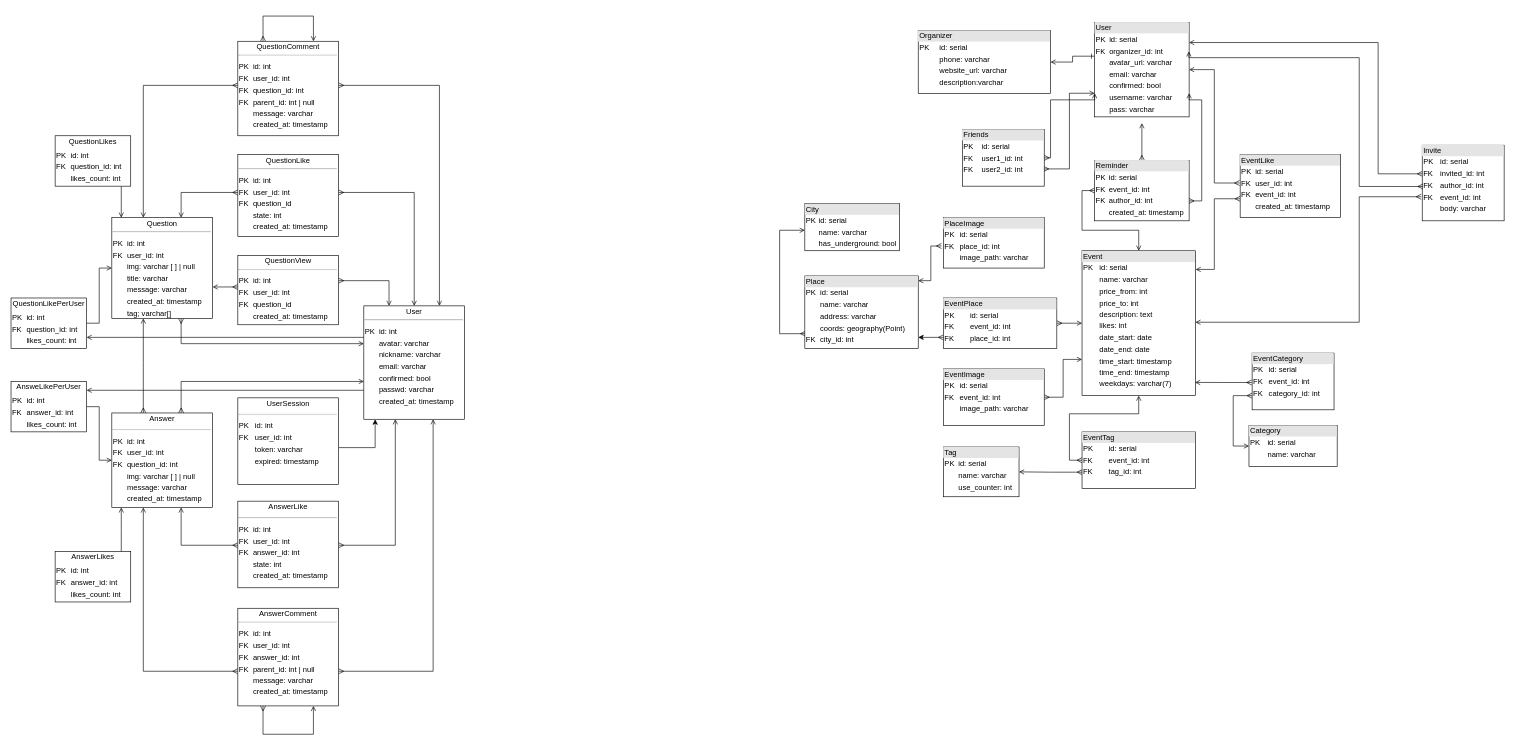
The draw.io diagram db.drawio in mihaillatyshov/TP-Highload-2023H2, before the edit. Source tidied: cells renumbered, new cells numbered last; positions are measured from the earlier drawing's top-left corner, leaving out a move shared by most shapes. Both pictures are drawn from the tidied source at 63%, with x=0, y=0 at pixel (11, 16).
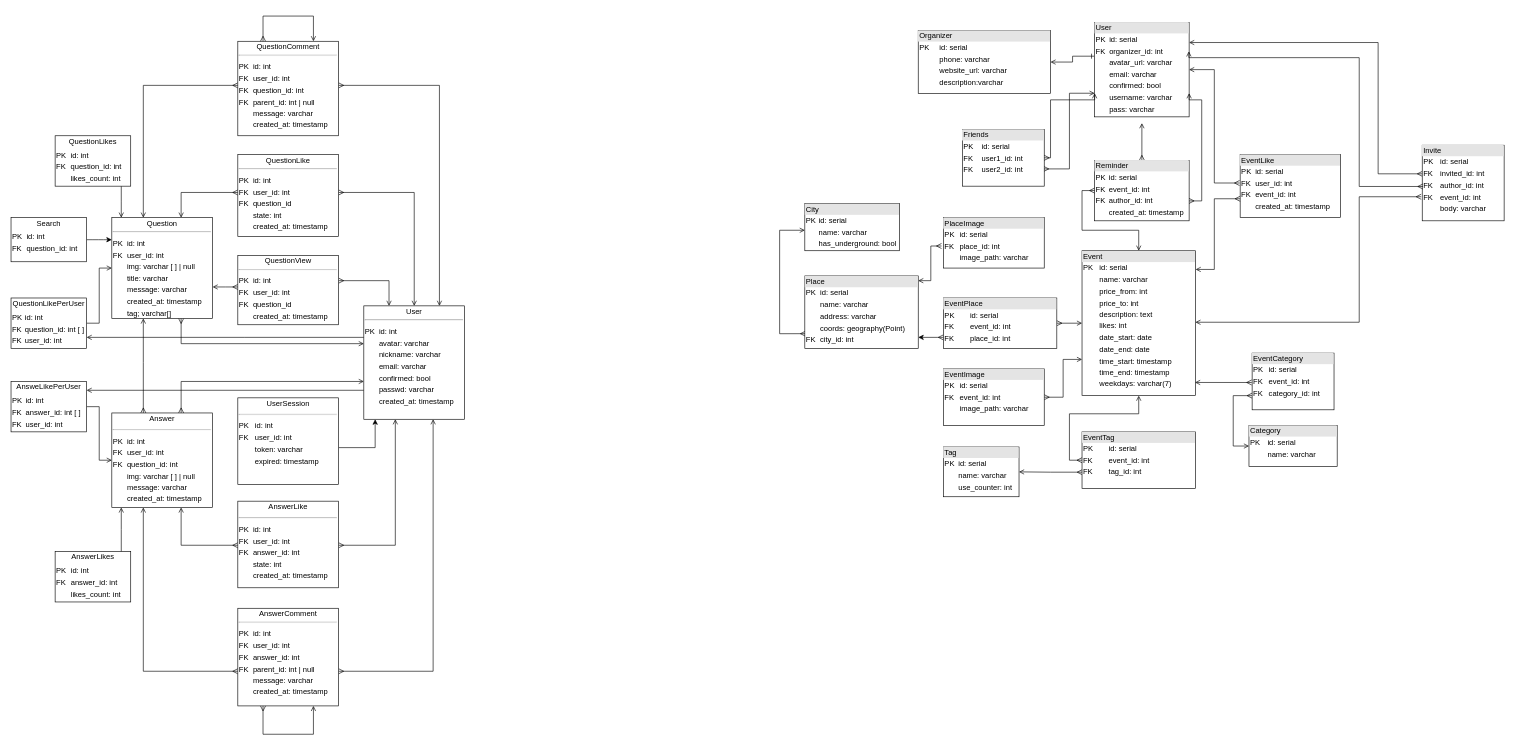
Above is the later version.

Unchanged cells that the change refers to:
```xml
<mxCell id="43" value="&lt;div style=&quot;text-align: center; box-sizing: border-box; width: 100%; background-image: initial; background-position: initial; background-size: initial; background-repeat: initial; background-attachment: initial; background-origin: initial; background-clip: initial; padding: 2px;&quot;&gt;Question&lt;br&gt;&lt;hr&gt;&lt;/div&gt;&lt;table style=&quot;width:100%;font-size:1em;&quot; cellspacing=&quot;0&quot; cellpadding=&quot;2&quot;&gt;&lt;tbody&gt;&lt;tr&gt;&lt;td&gt;PK&lt;/td&gt;&lt;td&gt;id: int&lt;br&gt;&lt;/td&gt;&lt;/tr&gt;&lt;tr&gt;&lt;td&gt;FK&lt;/td&gt;&lt;td&gt;user_id: int&lt;/td&gt;&lt;/tr&gt;&lt;tr&gt;&lt;td&gt;&lt;br&gt;&lt;/td&gt;&lt;td&gt;img: varchar [ ] | null&lt;/td&gt;&lt;/tr&gt;&lt;tr&gt;&lt;td&gt;&lt;br&gt;&lt;/td&gt;&lt;td&gt;title: varchar&lt;/td&gt;&lt;/tr&gt;&lt;tr&gt;&lt;td&gt;&lt;br&gt;&lt;/td&gt;&lt;td&gt;message: varchar&lt;br&gt;&lt;/td&gt;&lt;/tr&gt;&lt;tr&gt;&lt;td&gt;&lt;br&gt;&lt;/td&gt;&lt;td&gt;created_at: timestamp&lt;br&gt;&lt;/td&gt;&lt;/tr&gt;&lt;tr&gt;&lt;td&gt;&lt;br&gt;&lt;/td&gt;&lt;td&gt;tag; varchar[]&lt;/td&gt;&lt;/tr&gt;&lt;/tbody&gt;&lt;/table&gt;" style="verticalAlign=top;align=left;overflow=fill;html=1;rounded=0;glass=0;labelBackgroundColor=none;" parent="1" vertex="1">
  <mxGeometry x="160" y="320" width="160" height="160" as="geometry" />
</mxCell>
```

What changed in the source:
```diff
@@
-    <mxCell id="71" value="&lt;div style=&quot;text-align: center; box-sizing: border-box; width: 100%; background-image: initial; background-position: initial; background-size: initial; background-repeat: initial; background-attachment: initial; background-origin: initial; background-clip: initial; padding: 2px;&quot;&gt;AnsweLikePerUser&lt;/div&gt;&lt;div style=&quot;text-align: center; box-sizing: border-box; width: 100%; background-image: initial; background-position: initial; background-size: initial; background-repeat: initial; background-attachment: initial; background-origin: initial; background-clip: initial; padding: 2px;&quot;&gt;&lt;/div&gt;&lt;table style=&quot;width:100%;font-size:1em;&quot; cellspacing=&quot;0&quot; cellpadding=&quot;2&quot;&gt;&lt;tbody&gt;&lt;tr&gt;&lt;td&gt;PK&lt;/td&gt;&lt;td&gt;id: int&lt;br&gt;&lt;/td&gt;&lt;/tr&gt;&lt;tr&gt;&lt;td&gt;FK&lt;/td&gt;&lt;td&gt;answer_id: int&lt;/td&gt;&lt;/tr&gt;&lt;tr&gt;&lt;td&gt;&lt;br&gt;&lt;/td&gt;&lt;td&gt;likes_count: int&lt;br&gt;&lt;/td&gt;&lt;/tr&gt;&lt;/tbody&gt;&lt;/table&gt;" style="verticalAlign=top;align=left;overflow=fill;html=1;rounded=0;glass=0;labelBackgroundColor=none;gradientColor=none;" parent="1" vertex="1">
+    <mxCell id="71" value="&lt;div style=&quot;text-align: center; box-sizing: border-box; width: 100%; background-image: initial; background-position: initial; background-size: initial; background-repeat: initial; background-attachment: initial; background-origin: initial; background-clip: initial; padding: 2px;&quot;&gt;AnsweLikePerUser&lt;/div&gt;&lt;div style=&quot;text-align: center; box-sizing: border-box; width: 100%; background-image: initial; background-position: initial; background-size: initial; background-repeat: initial; background-attachment: initial; background-origin: initial; background-clip: initial; padding: 2px;&quot;&gt;&lt;/div&gt;&lt;table style=&quot;width:100%;font-size:1em;&quot; cellspacing=&quot;0&quot; cellpadding=&quot;2&quot;&gt;&lt;tbody&gt;&lt;tr&gt;&lt;td&gt;PK&lt;/td&gt;&lt;td&gt;id: int&lt;br&gt;&lt;/td&gt;&lt;/tr&gt;&lt;tr&gt;&lt;td&gt;FK&lt;/td&gt;&lt;td&gt;answer_id: int [ ]&lt;/td&gt;&lt;/tr&gt;&lt;tr&gt;&lt;td&gt;FK&lt;/td&gt;&lt;td&gt;user_id: int&lt;br&gt;&lt;/td&gt;&lt;/tr&gt;&lt;/tbody&gt;&lt;/table&gt;" style="verticalAlign=top;align=left;overflow=fill;html=1;rounded=0;glass=0;labelBackgroundColor=none;gradientColor=none;" parent="1" vertex="1">
       <mxGeometry y="580" width="120" height="80" as="geometry" />
     </mxCell>
@@
-    <mxCell id="73" value="&lt;div style=&quot;text-align: center; box-sizing: border-box; width: 100%; background-image: initial; background-position: initial; background-size: initial; background-repeat: initial; background-attachment: initial; background-origin: initial; background-clip: initial; padding: 2px;&quot;&gt;QuestionLikePerUser&lt;/div&gt;&lt;div style=&quot;text-align: center; box-sizing: border-box; width: 100%; background-image: initial; background-position: initial; background-size: initial; background-repeat: initial; background-attachment: initial; background-origin: initial; background-clip: initial; padding: 2px;&quot;&gt;&lt;/div&gt;&lt;table style=&quot;width:100%;font-size:1em;&quot; cellspacing=&quot;0&quot; cellpadding=&quot;2&quot;&gt;&lt;tbody&gt;&lt;tr&gt;&lt;td&gt;PK&lt;/td&gt;&lt;td&gt;id: int&lt;br&gt;&lt;/td&gt;&lt;/tr&gt;&lt;tr&gt;&lt;td&gt;FK&lt;/td&gt;&lt;td&gt;question_id: int&lt;/td&gt;&lt;/tr&gt;&lt;tr&gt;&lt;td&gt;&lt;br&gt;&lt;/td&gt;&lt;td&gt;likes_count: int&lt;br&gt;&lt;/td&gt;&lt;/tr&gt;&lt;/tbody&gt;&lt;/table&gt;" style="verticalAlign=top;align=left;overflow=fill;html=1;rounded=0;glass=0;labelBackgroundColor=none;gradientColor=none;" parent="1" vertex="1">
+    <mxCell id="73" value="&lt;div style=&quot;text-align: center; box-sizing: border-box; width: 100%; background-image: initial; background-position: initial; background-size: initial; background-repeat: initial; background-attachment: initial; background-origin: initial; background-clip: initial; padding: 2px;&quot;&gt;QuestionLikePerUser&lt;/div&gt;&lt;div style=&quot;text-align: center; box-sizing: border-box; width: 100%; background-image: initial; background-position: initial; background-size: initial; background-repeat: initial; background-attachment: initial; background-origin: initial; background-clip: initial; padding: 2px;&quot;&gt;&lt;/div&gt;&lt;table style=&quot;width:100%;font-size:1em;&quot; cellspacing=&quot;0&quot; cellpadding=&quot;2&quot;&gt;&lt;tbody&gt;&lt;tr&gt;&lt;td&gt;PK&lt;/td&gt;&lt;td&gt;id: int&lt;br&gt;&lt;/td&gt;&lt;/tr&gt;&lt;tr&gt;&lt;td&gt;FK&lt;/td&gt;&lt;td&gt;question_id: int [ ]&lt;/td&gt;&lt;/tr&gt;&lt;tr&gt;&lt;td&gt;FK&lt;/td&gt;&lt;td&gt;user_id: int&lt;br&gt;&lt;/td&gt;&lt;/tr&gt;&lt;/tbody&gt;&lt;/table&gt;" style="verticalAlign=top;align=left;overflow=fill;html=1;rounded=0;glass=0;labelBackgroundColor=none;gradientColor=none;" parent="1" vertex="1">
       <mxGeometry y="447.5" width="120" height="80" as="geometry" />
     </mxCell>
+    <mxCell id="74" style="edgeStyle=elbowEdgeStyle;html=1;elbow=vertical;" parent="1" edge="1" source="75" target="43">
+      <mxGeometry relative="1" as="geometry" />
+    </mxCell>
+    <mxCell id="75" value="&lt;div style=&quot;text-align: center; box-sizing: border-box; width: 100%; background-image: initial; background-position: initial; background-size: initial; background-repeat: initial; background-attachment: initial; background-origin: initial; background-clip: initial; padding: 2px;&quot;&gt;Search&lt;/div&gt;&lt;div style=&quot;text-align: center; box-sizing: border-box; width: 100%; background-image: initial; background-position: initial; background-size: initial; background-repeat: initial; background-attachment: initial; background-origin: initial; background-clip: initial; padding: 2px;&quot;&gt;&lt;/div&gt;&lt;table style=&quot;width:100%;font-size:1em;&quot; cellspacing=&quot;0&quot; cellpadding=&quot;2&quot;&gt;&lt;tbody&gt;&lt;tr&gt;&lt;td&gt;PK&lt;/td&gt;&lt;td&gt;id: int&lt;br&gt;&lt;/td&gt;&lt;/tr&gt;&lt;tr&gt;&lt;td&gt;FK&lt;/td&gt;&lt;td&gt;question_id: int&lt;/td&gt;&lt;/tr&gt;&lt;/tbody&gt;&lt;/table&gt;" style="verticalAlign=top;align=left;overflow=fill;html=1;rounded=0;glass=0;labelBackgroundColor=none;gradientColor=none;" parent="1" vertex="1">
+      <mxGeometry y="320" width="120" height="70" as="geometry" />
+    </mxCell>
```
